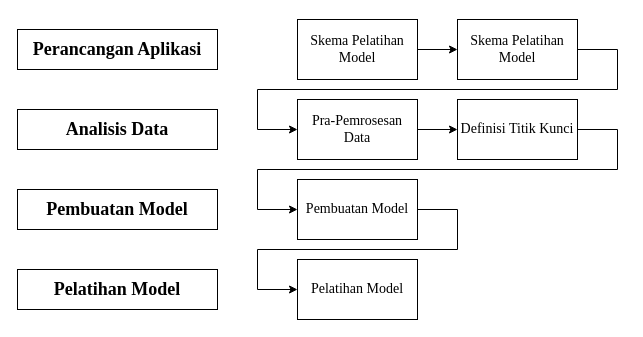
Above: bab3/gambar/kerangka_penelitian.drawio in denilson020898/skripsi (draw.io), before the change. Source tidied: cells renumbered, new cells numbered last; positions are measured from the earlier drawing's top-left corner, leaving out a move shared by most shapes. Both pictures are drawn from the tidied source at 100%, with x=0, y=0 at pixel (17, 19).
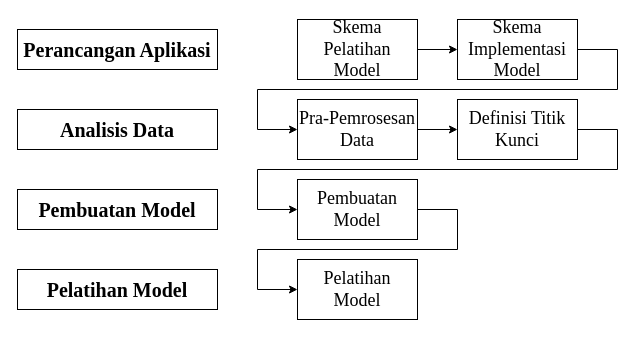
The same page after the edit.

The edit, as a diff of the source:
```diff
@@
-    <mxCell id="2" value="Perancangan Aplikasi" style="rounded=0;whiteSpace=wrap;html=1;fontFamily=Times New Roman;fontSize=18;fontStyle=1;" parent="1" vertex="1">
+    <mxCell id="2" value="Perancangan Aplikasi" style="rounded=0;whiteSpace=wrap;html=1;fontFamily=Times New Roman;fontSize=20;fontStyle=1;" parent="1" vertex="1">
       <mxGeometry y="10" width="200" height="40" as="geometry" />
     </mxCell>
-    <mxCell id="3" value="Analisis Data" style="rounded=0;whiteSpace=wrap;html=1;fontFamily=Times New Roman;fontSize=18;fontStyle=1;" parent="1" vertex="1">
+    <mxCell id="3" value="Analisis Data" style="rounded=0;whiteSpace=wrap;html=1;fontFamily=Times New Roman;fontSize=20;fontStyle=1;" parent="1" vertex="1">
       <mxGeometry y="90" width="200" height="40" as="geometry" />
     </mxCell>
-    <mxCell id="4" value="Pembuatan Model" style="rounded=0;whiteSpace=wrap;html=1;fontFamily=Times New Roman;fontSize=18;fontStyle=1;" parent="1" vertex="1">
+    <mxCell id="4" value="Pembuatan Model" style="rounded=0;whiteSpace=wrap;html=1;fontFamily=Times New Roman;fontSize=20;fontStyle=1;" parent="1" vertex="1">
       <mxGeometry y="170" width="200" height="40" as="geometry" />
     </mxCell>
-    <mxCell id="5" value="Pelatihan Model" style="rounded=0;whiteSpace=wrap;html=1;fontFamily=Times New Roman;fontSize=18;fontStyle=1;" parent="1" vertex="1">
+    <mxCell id="5" value="Pelatihan Model" style="rounded=0;whiteSpace=wrap;html=1;fontFamily=Times New Roman;fontSize=20;fontStyle=1;" parent="1" vertex="1">
       <mxGeometry y="250" width="200" height="40" as="geometry" />
     </mxCell>
@@
-    <mxCell id="7" value="Skema Pelatihan Model" style="rounded=0;whiteSpace=wrap;html=1;fontFamily=Times New Roman;fontSize=14;" parent="1" vertex="1">
+    <mxCell id="7" value="Skema Pelatihan Model" style="rounded=0;whiteSpace=wrap;html=1;fontFamily=Times New Roman;fontSize=18;" parent="1" vertex="1">
       <mxGeometry x="280" width="120" height="60" as="geometry" />
     </mxCell>
@@
-    <mxCell id="9" value="Skema Pelatihan Model" style="rounded=0;whiteSpace=wrap;html=1;fontFamily=Times New Roman;fontSize=14;" parent="1" vertex="1">
+    <mxCell id="9" value="Skema Implementasi Model" style="rounded=0;whiteSpace=wrap;html=1;fontFamily=Times New Roman;fontSize=18;" parent="1" vertex="1">
       <mxGeometry x="440" width="120" height="60" as="geometry" />
     </mxCell>
@@
-    <mxCell id="11" value="Pra-Pemrosesan Data" style="rounded=0;whiteSpace=wrap;html=1;fontFamily=Times New Roman;fontSize=14;" parent="1" vertex="1">
+    <mxCell id="11" value="Pra-Pemrosesan Data" style="rounded=0;whiteSpace=wrap;html=1;fontFamily=Times New Roman;fontSize=18;" parent="1" vertex="1">
       <mxGeometry x="280" y="80" width="120" height="60" as="geometry" />
     </mxCell>
@@
-    <mxCell id="13" value="Definisi Titik Kunci" style="rounded=0;whiteSpace=wrap;html=1;fontFamily=Times New Roman;fontSize=14;" parent="1" vertex="1">
+    <mxCell id="13" value="Definisi Titik Kunci" style="rounded=0;whiteSpace=wrap;html=1;fontFamily=Times New Roman;fontSize=18;" parent="1" vertex="1">
       <mxGeometry x="440" y="80" width="120" height="60" as="geometry" />
     </mxCell>
@@
-    <mxCell id="15" value="Pembuatan Model" style="rounded=0;whiteSpace=wrap;html=1;fontFamily=Times New Roman;fontSize=14;" parent="1" vertex="1">
+    <mxCell id="15" value="Pembuatan Model" style="rounded=0;whiteSpace=wrap;html=1;fontFamily=Times New Roman;fontSize=18;" parent="1" vertex="1">
       <mxGeometry x="280" y="160" width="120" height="60" as="geometry" />
     </mxCell>
-    <mxCell id="16" value="Pelatihan Model" style="rounded=0;whiteSpace=wrap;html=1;fontFamily=Times New Roman;fontSize=14;" parent="1" vertex="1">
+    <mxCell id="16" value="Pelatihan Model" style="rounded=0;whiteSpace=wrap;html=1;fontFamily=Times New Roman;fontSize=18;" parent="1" vertex="1">
       <mxGeometry x="280" y="240" width="120" height="60" as="geometry" />
     </mxCell>
```
